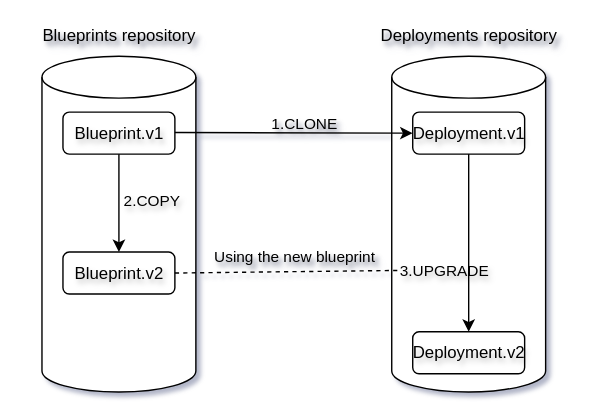
Earlier version of the draw.io export static/images/porch/upgrade.drawio.svg (nephio-project/docs). Source tidied: cells renumbered, new cells last; positions are measured from the earlier drawing's top-left corner, leaving out a move shared by most shapes.
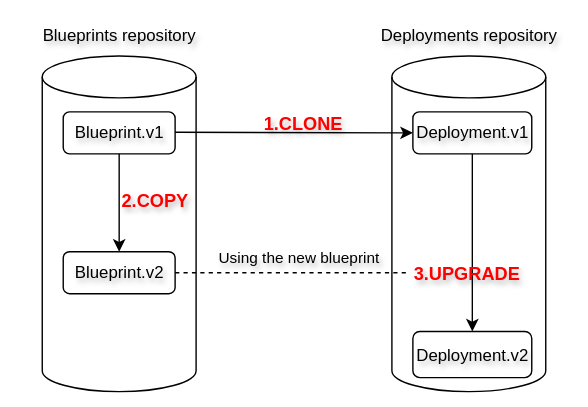
Later version of the same file.

Commit message:
better schemas and tables

The edit, as a diff of the source:
```diff
@@ -2,12 +2,12 @@
   <root>
     <mxCell id="0" />
     <mxCell id="1" parent="0" />
-    <mxCell id="2" style="shape=cylinder3;whiteSpace=wrap;html=1;boundedLbl=1;backgroundOutline=1;size=15;labelBackgroundColor=none;textShadow=1;" parent="1" vertex="1">
-      <mxGeometry x="20" y="30" width="110" height="240" as="geometry" />
-    </mxCell>
-    <mxCell id="3" style="shape=cylinder3;whiteSpace=wrap;html=1;boundedLbl=1;backgroundOutline=1;size=15;labelBackgroundColor=none;textShadow=1;" parent="1" vertex="1">
-      <mxGeometry x="270" y="30" width="110" height="240" as="geometry" />
-    </mxCell>
+    <mxCell id="18" style="shape=cylinder3;whiteSpace=wrap;html=1;boundedLbl=1;backgroundOutline=1;size=15;labelBackgroundColor=none;textShadow=1;" parent="1" vertex="1">
+      <mxGeometry x="20" y="30" width="110" height="240" as="geometry" />
+    </mxCell>
+    <mxCell id="19" style="shape=cylinder3;whiteSpace=wrap;html=1;boundedLbl=1;backgroundOutline=1;size=15;labelBackgroundColor=none;textShadow=1;" parent="1" vertex="1">
+      <mxGeometry x="270" y="30" width="110" height="240" as="geometry" />
+    </mxCell>
     <mxCell id="4" value="Blueprint.v1" style="rounded=1;whiteSpace=wrap;html=1;labelBackgroundColor=none;textShadow=1;" parent="1" vertex="1">
       <mxGeometry x="35" y="70" width="80" height="30" as="geometry" />
     </mxCell>
@@ -15,17 +15,17 @@
       <mxGeometry x="35" y="170" width="80" height="30" as="geometry" />
     </mxCell>
     <mxCell id="6" value="Deployment.v1" style="rounded=1;whiteSpace=wrap;html=1;labelBackgroundColor=none;textShadow=1;" parent="1" vertex="1">
-      <mxGeometry x="285" y="70" width="80" height="30" as="geometry" />
+      <mxGeometry x="285" y="70" width="85" height="30" as="geometry" />
     </mxCell>
     <mxCell id="7" value="Deployment.v2" style="rounded=1;whiteSpace=wrap;html=1;labelBackgroundColor=none;textShadow=1;" parent="1" vertex="1">
-      <mxGeometry x="285" y="227" width="80" height="30" as="geometry" />
+      <mxGeometry x="285" y="227" width="85" height="33" as="geometry" />
     </mxCell>
-    <mxCell id="8" style="endArrow=classic;html=1;rounded=0;entryX=0;entryY=0.5;entryDx=0;entryDy=0;labelBackgroundColor=none;textShadow=1;" parent="1" edge="1" target="6">
-      <mxGeometry relative="1" as="geometry">
-        <mxPoint x="115" y="84.6" as="sourcePoint" />
-      </mxGeometry>
-    </mxCell>
+    <mxCell id="20" style="endArrow=classic;html=1;rounded=0;entryX=0;entryY=0.5;entryDx=0;entryDy=0;labelBackgroundColor=none;textShadow=1;" parent="1" edge="1" target="6">
+      <mxGeometry relative="1" as="geometry">
+        <mxPoint x="115" y="84.6" as="sourcePoint" />
+      </mxGeometry>
+    </mxCell>
-    <mxCell id="9" value="1.CLONE" style="edgeLabel;html=1;align=center;verticalAlign=middle;labelBackgroundColor=none;textShadow=1;" parent="8" vertex="1">
+    <mxCell id="9" value="&lt;font style=&quot;font-size: 13px; color: rgb(255, 0, 0);&quot;&gt;&lt;b&gt;1.CLONE&lt;/b&gt;&lt;/font&gt;" style="edgeLabel;html=1;align=center;verticalAlign=middle;labelBackgroundColor=none;textShadow=1;" parent="20" vertex="1">
       <mxGeometry x="0.07" y="-1" relative="1" as="geometry">
         <mxPoint y="-8" as="offset" />
       </mxGeometry>
@@ -33,23 +33,25 @@
     <mxCell id="10" style="endArrow=classic;html=1;rounded=0;entryX=0.5;entryY=0;entryDx=0;entryDy=0;exitX=0.5;exitY=1;exitDx=0;exitDy=0;labelBackgroundColor=none;textShadow=1;" parent="1" edge="1" source="4" target="5">
       <mxGeometry relative="1" as="geometry" />
     </mxCell>
-    <mxCell id="11" value="2.COPY" style="edgeLabel;html=1;align=center;verticalAlign=middle;labelBackgroundColor=none;textShadow=1;" parent="10" vertex="1">
+    <mxCell id="11" value="2.COPY" style="edgeLabel;html=1;align=center;verticalAlign=middle;labelBackgroundColor=none;textShadow=1;fontColor=#FF0000;fontStyle=1;fontSize=13;" parent="10" vertex="1">
       <mxGeometry x="0.07" y="-1" relative="1" as="geometry">
-        <mxPoint x="24" y="-5" as="offset" />
+        <mxPoint x="26" y="-5" as="offset" />
       </mxGeometry>
     </mxCell>
     <mxCell id="12" style="endArrow=classic;html=1;rounded=0;entryX=0.5;entryY=0;entryDx=0;entryDy=0;exitX=0.5;exitY=1;exitDx=0;exitDy=0;labelBackgroundColor=none;textShadow=1;" parent="1" edge="1" source="6" target="7">
       <mxGeometry relative="1" as="geometry" />
     </mxCell>
-    <mxCell id="13" value="3.UPGRADE" style="edgeLabel;html=1;align=center;verticalAlign=middle;labelBackgroundColor=none;textShadow=1;" parent="12" vertex="1">
+    <mxCell id="13" value="3.UPGRADE" style="edgeLabel;html=1;align=center;verticalAlign=middle;labelBackgroundColor=none;textShadow=1;fontColor=#FF0000;fontStyle=1;fontSize=13;" parent="12" vertex="1">
       <mxGeometry x="0.07" y="-1" relative="1" as="geometry">
-        <mxPoint x="-17" y="15" as="offset" />
+        <mxPoint x="-4" y="17" as="offset" />
       </mxGeometry>
     </mxCell>
-    <mxCell id="14" style="endArrow=none;dashed=1;html=1;rounded=0;exitX=1;exitY=0.5;exitDx=0;exitDy=0;labelBackgroundColor=none;textShadow=1;entryX=0.045;entryY=0.638;entryDx=0;entryDy=0;entryPerimeter=0;" parent="1" edge="1" source="5" target="3">
-      <mxGeometry relative="1" as="geometry" />
-    </mxCell>
+    <mxCell id="21" style="endArrow=none;dashed=1;html=1;rounded=0;exitX=1;exitY=0.5;exitDx=0;exitDy=0;labelBackgroundColor=none;textShadow=1;" parent="1" edge="1" source="5">
+      <mxGeometry relative="1" as="geometry">
+        <mxPoint x="280" y="185" as="targetPoint" />
+      </mxGeometry>
+    </mxCell>
-    <mxCell id="15" value="Using the new blueprint" style="edgeLabel;html=1;align=center;verticalAlign=middle;textShadow=1;labelBackgroundColor=none;" parent="14" vertex="1">
+    <mxCell id="15" value="Using the new blueprint" style="edgeLabel;html=1;align=center;verticalAlign=middle;textShadow=1;labelBackgroundColor=none;" parent="21" vertex="1">
       <mxGeometry x="0.01" y="1" relative="1" as="geometry">
         <mxPoint x="4" y="-10" as="offset" />
       </mxGeometry>
```
